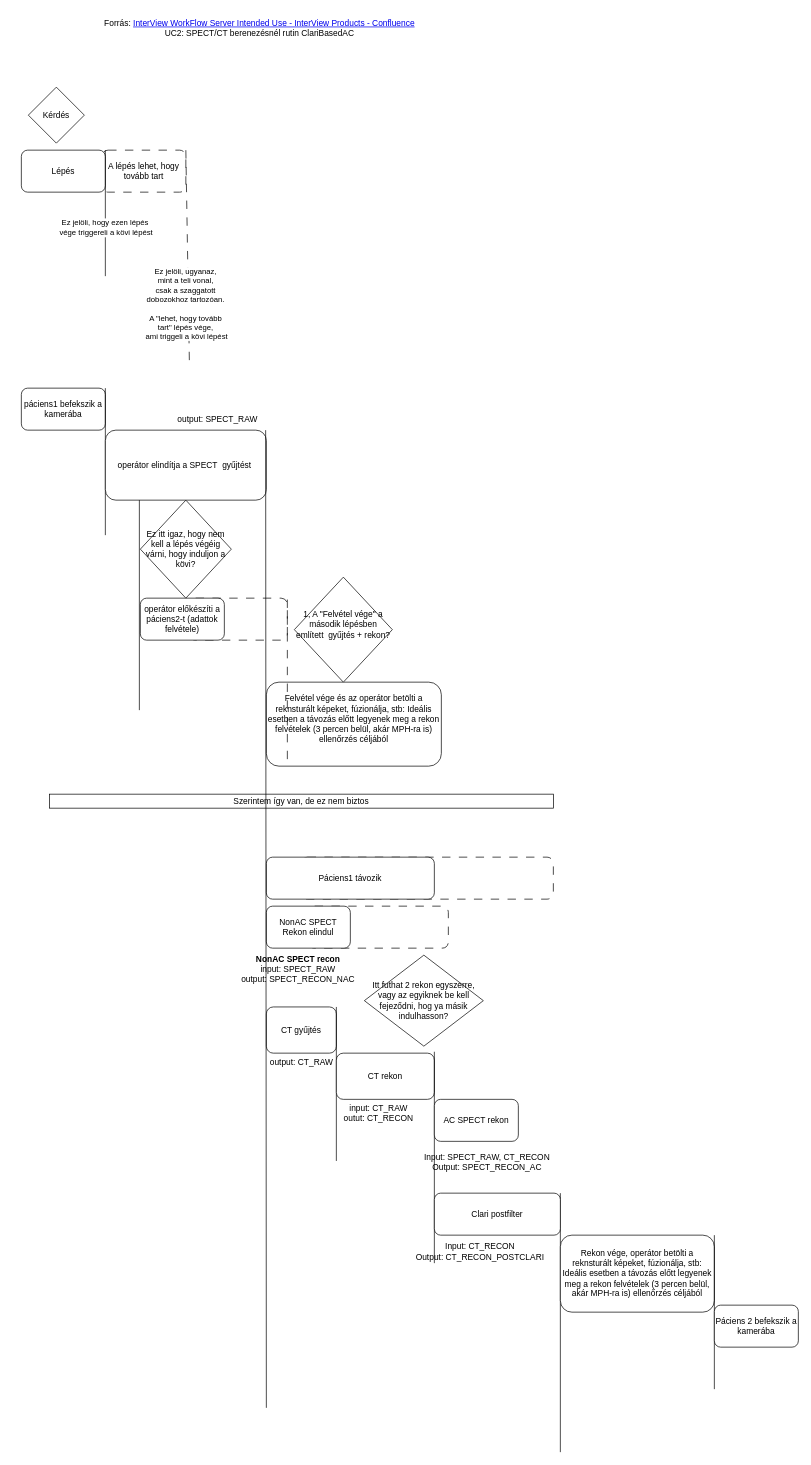
Above: IV_Flow_diagram_UC2_SPECT_CT berenezésnél rutin ClariBasedAC.drawio in szvatai1985/drawio_files (draw.io), before the change. Source tidied: cells renumbered, new cells numbered last; positions are measured from the earlier drawing's top-left corner, leaving out a move shared by most shapes. Both pictures are drawn from the tidied source at 70%, with x=0, y=0 at pixel (21, 12).
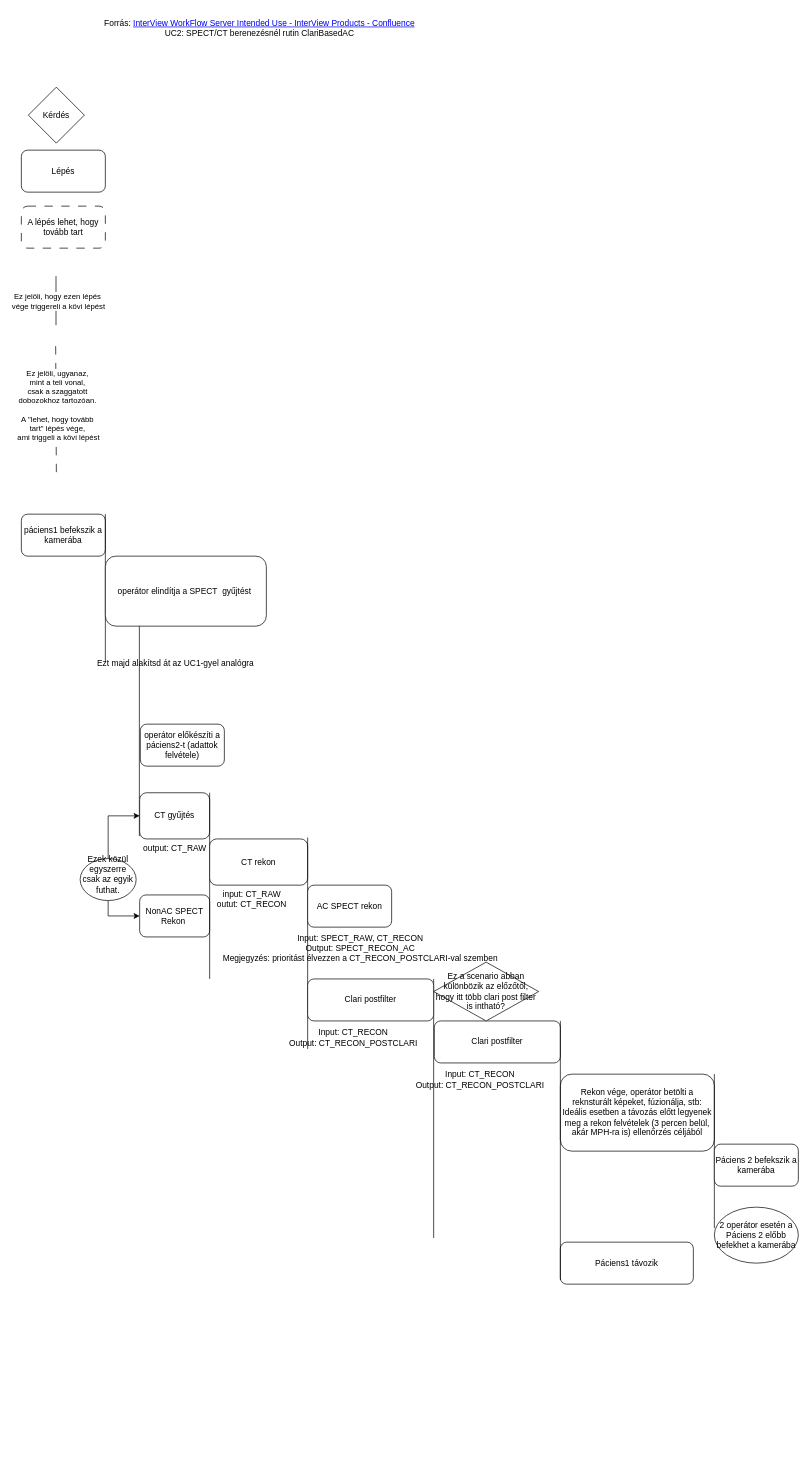
The same diagram, later.

What changed in the source:
```diff
@@
+    <mxCell id="14" value="Kérdés" style="rhombus;whiteSpace=wrap;html=1;" parent="1" vertex="1">
+      <mxGeometry x="10" y="107" width="80" height="80" as="geometry" />
+    </mxCell>
+    <mxCell id="15" value="Lépés" style="rounded=1;whiteSpace=wrap;html=1;" parent="1" vertex="1">
+      <mxGeometry y="197" width="120" height="60" as="geometry" />
+    </mxCell>
+    <mxCell id="13" value="A lépés lehet, hogy tovább tart" style="rounded=1;whiteSpace=wrap;html=1;dashed=1;dashPattern=12 12;" parent="1" vertex="1">
+      <mxGeometry y="277" width="120" height="60" as="geometry" />
+    </mxCell>
+    <mxCell id="43" style="endArrow=none;html=1;rounded=0;" parent="1" edge="1">
+      <mxGeometry relative="1" as="geometry">
+        <mxPoint x="49.5" y="447" as="sourcePoint" />
+        <mxPoint x="49.5" y="377" as="targetPoint" />
+      </mxGeometry>
+    </mxCell>
+    <mxCell id="17" value="Ez jelöli, hogy ezen lépés&amp;nbsp;&lt;div&gt;vége triggereli a kövi lépést&lt;/div&gt;" style="edgeLabel;html=1;align=center;verticalAlign=middle;" parent="43" vertex="1">
+      <mxGeometry y="-3" relative="1" as="geometry" />
+    </mxCell>
+    <mxCell id="44" style="endArrow=none;html=1;rounded=0;dashed=1;dashPattern=12 12;" parent="1" edge="1">
+      <mxGeometry relative="1" as="geometry">
+        <mxPoint x="50" y="657" as="sourcePoint" />
+        <mxPoint x="49" y="467" as="targetPoint" />
+      </mxGeometry>
+    </mxCell>
+    <mxCell id="19" value="Ez jelöli, ugyanaz,&amp;nbsp;&lt;div&gt;mint a teli vonal,&amp;nbsp;&lt;div&gt;csak a szaggatott&amp;nbsp;&lt;/div&gt;&lt;div&gt;dobozokhoz tartozóan.&amp;nbsp;&lt;/div&gt;&lt;div&gt;&lt;br&gt;&lt;/div&gt;&lt;div&gt;A &quot;lehet, hogy tovább&amp;nbsp;&lt;/div&gt;&lt;div&gt;tart&quot; lépés vége,&amp;nbsp;&lt;/div&gt;&lt;div&gt;ami triggeli a kövi lépést&lt;/div&gt;&lt;/div&gt;" style="edgeLabel;html=1;align=center;verticalAlign=middle;" parent="44" vertex="1">
+      <mxGeometry y="-3" relative="1" as="geometry" />
+    </mxCell>
@@
-    <mxCell id="3" style="rounded=1;whiteSpace=wrap;html=1;dashed=1;dashPattern=12 12;" parent="1" vertex="1">
-      <mxGeometry x="240" y="837" width="140" height="60" as="geometry" />
-    </mxCell>
     <mxCell id="4" value="páciens1 befekszik a kamerába" style="rounded=1;whiteSpace=wrap;html=1;" parent="1" vertex="1">
-      <mxGeometry y="537" width="120" height="60" as="geometry" />
+      <mxGeometry y="717" width="120" height="60" as="geometry" />
     </mxCell>
     <mxCell id="5" style="endArrow=none;html=1;rounded=0;entryX=1;entryY=0;entryDx=0;entryDy=0;" parent="1" edge="1" target="4">
       <mxGeometry relative="1" as="geometry">
-        <mxPoint x="120" y="747" as="sourcePoint" />
+        <mxPoint x="120" y="927" as="sourcePoint" />
       </mxGeometry>
     </mxCell>
     <mxCell id="6" value="&lt;div&gt;operátor elindítja a&amp;nbsp;SPECT&amp;nbsp; gyűjtést&amp;nbsp;&lt;/div&gt;" style="rounded=1;whiteSpace=wrap;html=1;" parent="1" vertex="1">
-      <mxGeometry x="120" y="597" width="230" height="100" as="geometry" />
+      <mxGeometry x="120" y="777" width="230" height="100" as="geometry" />
     </mxCell>
     <mxCell id="7" value="&lt;div&gt;operátor előkészíti a páciens2-t (adattok felvétele)&lt;/div&gt;" style="rounded=1;whiteSpace=wrap;html=1;" parent="1" vertex="1">
-      <mxGeometry x="170" y="837" width="120" height="60" as="geometry" />
+      <mxGeometry x="170" y="1017" width="120" height="60" as="geometry" />
     </mxCell>
-    <mxCell id="8" value="Ez itt igaz, hogy nem kell a lépés végéig várni, hogy induljon a kövi?" style="rhombus;whiteSpace=wrap;html=1;" parent="1" vertex="1">
-      <mxGeometry x="170" y="697" width="130" height="140" as="geometry" />
-    </mxCell>
-    <mxCell id="9" value="&lt;div&gt;Felvétel vége és az operátor betölti a reknsturált képeket, fúzionálja, stb: Ideális esetben a távozás előtt legyenek meg a rekon felvételek (3 percen belül, akár MPH-ra is) ellenőrzés céljából&lt;/div&gt;&lt;div&gt;&lt;br&gt;&lt;/div&gt;" style="rounded=1;whiteSpace=wrap;html=1;" parent="1" vertex="1">
-      <mxGeometry x="350" y="957" width="250" height="120" as="geometry" />
-    </mxCell>
-    <mxCell id="10" style="endArrow=none;html=1;rounded=0;entryX=1;entryY=0;entryDx=0;entryDy=0;dashed=1;dashPattern=12 12;" parent="1" edge="1">
-      <mxGeometry relative="1" as="geometry">
-        <mxPoint x="380" y="1067" as="sourcePoint" />
-        <mxPoint x="380" y="837" as="targetPoint" />
-      </mxGeometry>
-    </mxCell>
-    <mxCell id="11" value="1, A &quot;Felvétel vége&quot; a második lépésben említett&amp;nbsp; gyűjtés + rekon?&lt;div&gt;&lt;br&gt;&lt;/div&gt;" style="rhombus;whiteSpace=wrap;html=1;" parent="1" vertex="1">
-      <mxGeometry x="390" y="807" width="140" height="150" as="geometry" />
-    </mxCell>
     <mxCell id="12" style="endArrow=none;html=1;rounded=0;" parent="1" edge="1">
       <mxGeometry relative="1" as="geometry">
-        <mxPoint x="168.6" y="997" as="sourcePoint" />
-        <mxPoint x="168.6" y="697" as="targetPoint" />
+        <mxPoint x="168.6" y="1177" as="sourcePoint" />
+        <mxPoint x="168.6" y="877" as="targetPoint" />
       </mxGeometry>
     </mxCell>
-    <mxCell id="13" value="A lépés lehet, hogy tovább tart" style="rounded=1;whiteSpace=wrap;html=1;dashed=1;dashPattern=12 12;" parent="1" vertex="1">
-      <mxGeometry x="115" y="197" width="120" height="60" as="geometry" />
-    </mxCell>
-    <mxCell id="14" value="Kérdés" style="rhombus;whiteSpace=wrap;html=1;" parent="1" vertex="1">
-      <mxGeometry x="10" y="107" width="80" height="80" as="geometry" />
-    </mxCell>
-    <mxCell id="15" value="Lépés" style="rounded=1;whiteSpace=wrap;html=1;" parent="1" vertex="1">
-      <mxGeometry y="197" width="120" height="60" as="geometry" />
-    </mxCell>
-    <mxCell id="16" style="endArrow=none;html=1;rounded=0;entryX=1;entryY=0;entryDx=0;entryDy=0;" parent="1" edge="1" target="15">
-      <mxGeometry relative="1" as="geometry">
-        <mxPoint x="120" y="377" as="sourcePoint" />
-      </mxGeometry>
-    </mxCell>
-    <mxCell id="17" value="Ez jelöli, hogy ezen lépés&amp;nbsp;&lt;div&gt;vége triggereli a kövi lépést&lt;/div&gt;" style="edgeLabel;html=1;align=center;verticalAlign=middle;" parent="16" vertex="1">
-      <mxGeometry y="-3" relative="1" as="geometry">
-        <mxPoint x="-3" y="20" as="offset" />
-      </mxGeometry>
-    </mxCell>
-    <mxCell id="18" style="endArrow=none;html=1;rounded=0;dashed=1;dashPattern=12 12;" parent="1" edge="1">
-      <mxGeometry relative="1" as="geometry">
-        <mxPoint x="240" y="497" as="sourcePoint" />
-        <mxPoint x="235" y="197" as="targetPoint" />
-      </mxGeometry>
-    </mxCell>
-    <mxCell id="19" value="Ez jelöli, ugyanaz,&amp;nbsp;&lt;div&gt;mint a teli vonal,&amp;nbsp;&lt;div&gt;csak a szaggatott&amp;nbsp;&lt;/div&gt;&lt;div&gt;dobozokhoz tartozóan.&amp;nbsp;&lt;/div&gt;&lt;div&gt;&lt;br&gt;&lt;/div&gt;&lt;div&gt;A &quot;lehet, hogy tovább&amp;nbsp;&lt;/div&gt;&lt;div&gt;tart&quot; lépés vége,&amp;nbsp;&lt;/div&gt;&lt;div&gt;ami triggeli a kövi lépést&lt;/div&gt;&lt;/div&gt;" style="edgeLabel;html=1;align=center;verticalAlign=middle;" parent="18" vertex="1">
-      <mxGeometry y="-3" relative="1" as="geometry">
-        <mxPoint x="-5" y="70" as="offset" />
-      </mxGeometry>
-    </mxCell>
-    <mxCell id="20" style="rounded=1;whiteSpace=wrap;html=1;dashed=1;dashPattern=12 12;" parent="1" vertex="1">
-      <mxGeometry x="410" y="1277" width="200" height="60" as="geometry" />
-    </mxCell>
-    <mxCell id="21" style="rounded=1;whiteSpace=wrap;html=1;dashed=1;dashPattern=12 12;" parent="1" vertex="1">
-      <mxGeometry x="400" y="1207" width="360" height="60" as="geometry" />
-    </mxCell>
-    <mxCell id="22" value="Szerintem így van, de ez nem biztos" style="rounded=0;whiteSpace=wrap;html=1;" parent="1" vertex="1">
-      <mxGeometry x="40" y="1117" width="720" height="20" as="geometry" />
-    </mxCell>
     <mxCell id="23" value="Páciens1 távozik" style="rounded=1;whiteSpace=wrap;html=1;" parent="1" vertex="1">
-      <mxGeometry x="350" y="1207" width="240" height="60" as="geometry" />
+      <mxGeometry x="770" y="1757" width="190" height="60" as="geometry" />
     </mxCell>
-    <mxCell id="24" value="NonAC SPECT Rekon elindul" style="rounded=1;whiteSpace=wrap;html=1;" parent="1" vertex="1">
-      <mxGeometry x="350" y="1277" width="120" height="60" as="geometry" />
-    </mxCell>
-    <mxCell id="25" style="endArrow=none;html=1;rounded=0;entryX=1;entryY=0;entryDx=0;entryDy=0;" parent="1" edge="1">
-      <mxGeometry relative="1" as="geometry">
-        <mxPoint x="770" y="2057" as="sourcePoint" />
-        <mxPoint x="770" y="1687" as="targetPoint" />
-      </mxGeometry>
-    </mxCell>
+    <mxCell id="45" value="NonAC SPECT Rekon&amp;nbsp;" style="rounded=1;whiteSpace=wrap;html=1;" parent="1" vertex="1">
+      <mxGeometry x="169" y="1261" width="100" height="60" as="geometry" />
+    </mxCell>
+    <mxCell id="46" style="endArrow=none;html=1;rounded=0;entryX=1;entryY=0;entryDx=0;entryDy=0;" parent="1" edge="1">
+      <mxGeometry relative="1" as="geometry">
+        <mxPoint x="589" y="1751" as="sourcePoint" />
+        <mxPoint x="589" y="1381" as="targetPoint" />
+      </mxGeometry>
+    </mxCell>
     <mxCell id="26" value="Rekon vége, operátor betölti a reknsturált képeket, fúzionálja, stb: Ideális esetben a távozás előtt legyenek meg a rekon felvételek (3 percen belül, akár MPH-ra is) ellenőrzés céljából" style="rounded=1;whiteSpace=wrap;html=1;" parent="1" vertex="1">
-      <mxGeometry x="770" y="1747" width="220" height="110" as="geometry" />
+      <mxGeometry x="770" y="1517" width="220" height="110" as="geometry" />
     </mxCell>
-    <mxCell id="27" style="endArrow=none;html=1;rounded=0;entryX=1;entryY=0;entryDx=0;entryDy=0;" parent="1" edge="1">
-      <mxGeometry relative="1" as="geometry">
-        <mxPoint x="990" y="1967" as="sourcePoint" />
-        <mxPoint x="990" y="1747" as="targetPoint" />
-      </mxGeometry>
-    </mxCell>
+    <mxCell id="47" style="endArrow=none;html=1;rounded=0;entryX=1;entryY=0;entryDx=0;entryDy=0;" parent="1" edge="1">
+      <mxGeometry relative="1" as="geometry">
+        <mxPoint x="990" y="1737" as="sourcePoint" />
+        <mxPoint x="990" y="1517" as="targetPoint" />
+      </mxGeometry>
+    </mxCell>
     <mxCell id="28" value="&lt;div&gt;Páciens 2 befekszik a kamerába&lt;/div&gt;" style="rounded=1;whiteSpace=wrap;html=1;" parent="1" vertex="1">
-      <mxGeometry x="990" y="1847" width="120" height="60" as="geometry" />
+      <mxGeometry x="990" y="1617" width="120" height="60" as="geometry" />
     </mxCell>
-    <mxCell id="29" value="output: SPECT_RAW" style="text;html=1;align=center;verticalAlign=middle;strokeColor=none;fillColor=none;" parent="1" vertex="1">
-      <mxGeometry x="210" y="567" width="140" height="30" as="geometry" />
-    </mxCell>
-    <mxCell id="30" value="&lt;b&gt;NonAC SPECT recon&lt;/b&gt;&lt;div&gt;&lt;div&gt;input: SPECT_RAW&lt;/div&gt;&lt;div&gt;output: SPECT_RECON_NAC&lt;/div&gt;&lt;/div&gt;" style="text;html=1;align=center;verticalAlign=middle;strokeColor=none;fillColor=none;" parent="1" vertex="1">
-      <mxGeometry x="300" y="1337" width="190" height="60" as="geometry" />
-    </mxCell>
     <mxCell id="31" value="CT gyűjtés" style="rounded=1;whiteSpace=wrap;html=1;" parent="1" vertex="1">
-      <mxGeometry x="350" y="1421" width="100" height="66" as="geometry" />
+      <mxGeometry x="169" y="1115" width="100" height="66" as="geometry" />
     </mxCell>
     <mxCell id="32" value="&lt;div&gt;output: CT_RAW&lt;/div&gt;" style="text;html=1;align=center;verticalAlign=middle;strokeColor=none;fillColor=none;" parent="1" vertex="1">
-      <mxGeometry x="345" y="1485" width="110" height="30" as="geometry" />
+      <mxGeometry x="164" y="1179" width="110" height="30" as="geometry" />
     </mxCell>
-    <mxCell id="33" style="endArrow=none;html=1;rounded=0;entryX=1;entryY=0;entryDx=0;entryDy=0;" parent="1" edge="1">
-      <mxGeometry relative="1" as="geometry">
-        <mxPoint x="450" y="1641" as="sourcePoint" />
-        <mxPoint x="450" y="1421" as="targetPoint" />
-      </mxGeometry>
-    </mxCell>
+    <mxCell id="48" style="endArrow=none;html=1;rounded=0;entryX=1;entryY=0;entryDx=0;entryDy=0;" parent="1" edge="1">
+      <mxGeometry relative="1" as="geometry">
+        <mxPoint x="269" y="1381" as="sourcePoint" />
+        <mxPoint x="269" y="1115" as="targetPoint" />
+      </mxGeometry>
+    </mxCell>
     <mxCell id="34" value="CT rekon" style="rounded=1;whiteSpace=wrap;html=1;" parent="1" vertex="1">
-      <mxGeometry x="450" y="1487" width="140" height="66" as="geometry" />
+      <mxGeometry x="269" y="1181" width="140" height="66" as="geometry" />
     </mxCell>
     <mxCell id="35" value="&lt;div&gt;input: CT_RAW&lt;/div&gt;&lt;div&gt;outut: CT_RECON&lt;/div&gt;" style="text;html=1;align=center;verticalAlign=middle;strokeColor=none;fillColor=none;" parent="1" vertex="1">
-      <mxGeometry x="450" y="1553" width="120" height="40" as="geometry" />
+      <mxGeometry x="269" y="1247" width="120" height="40" as="geometry" />
     </mxCell>
-    <mxCell id="36" style="endArrow=none;html=1;rounded=0;entryX=1;entryY=0;entryDx=0;entryDy=0;" parent="1" edge="1">
-      <mxGeometry relative="1" as="geometry">
-        <mxPoint x="590" y="1787" as="sourcePoint" />
-        <mxPoint x="590" y="1485" as="targetPoint" />
-      </mxGeometry>
-    </mxCell>
-    <mxCell id="37" value="&lt;div&gt;Clari postfilter&lt;/div&gt;" style="rounded=1;whiteSpace=wrap;html=1;" parent="1" vertex="1">
-      <mxGeometry x="590" y="1687" width="180" height="60" as="geometry" />
-    </mxCell>
-    <mxCell id="38" value="&lt;div&gt;Input: CT_RECON&lt;/div&gt;&lt;div&gt;Output: CT_RECON_POSTCLARI&lt;/div&gt;" style="text;html=1;align=center;verticalAlign=middle;strokeColor=none;fillColor=none;" parent="1" vertex="1">
-      <mxGeometry x="550" y="1751" width="210" height="40" as="geometry" />
-    </mxCell>
+    <mxCell id="49" style="endArrow=none;html=1;rounded=0;entryX=1;entryY=0;entryDx=0;entryDy=0;" parent="1" edge="1">
+      <mxGeometry relative="1" as="geometry">
+        <mxPoint x="409" y="1481" as="sourcePoint" />
+        <mxPoint x="409" y="1179" as="targetPoint" />
+      </mxGeometry>
+    </mxCell>
+    <mxCell id="50" value="&lt;div&gt;Clari postfilter&lt;/div&gt;" style="rounded=1;whiteSpace=wrap;html=1;" parent="1" vertex="1">
+      <mxGeometry x="409" y="1381" width="180" height="60" as="geometry" />
+    </mxCell>
+    <mxCell id="51" value="&lt;div&gt;Input: CT_RECON&lt;/div&gt;&lt;div&gt;Output: CT_RECON_POSTCLARI&lt;/div&gt;" style="text;html=1;align=center;verticalAlign=middle;strokeColor=none;fillColor=none;" parent="1" vertex="1">
+      <mxGeometry x="369" y="1445" width="210" height="40" as="geometry" />
+    </mxCell>
     <mxCell id="39" value="AC SPECT rekon" style="rounded=1;whiteSpace=wrap;html=1;" parent="1" vertex="1">
-      <mxGeometry x="590" y="1553" width="120" height="60" as="geometry" />
+      <mxGeometry x="409" y="1247" width="120" height="60" as="geometry" />
     </mxCell>
-    <mxCell id="40" value="&lt;div&gt;Input: SPECT_RAW, CT_RECON&lt;/div&gt;&lt;div&gt;Output: SPECT_RECON_AC&lt;/div&gt;" style="text;html=1;align=center;verticalAlign=middle;strokeColor=none;fillColor=none;" parent="1" vertex="1">
-      <mxGeometry x="565" y="1623" width="200" height="40" as="geometry" />
-    </mxCell>
-    <mxCell id="41" value="Itt futhat 2 rekon egyszerre, vagy az egyiknek be kell fejeződni, hog ya másik indulhasson?" style="rhombus;whiteSpace=wrap;html=1;" parent="1" vertex="1">
-      <mxGeometry x="490" y="1347" width="170" height="130" as="geometry" />
-    </mxCell>
-    <mxCell id="42" style="endArrow=none;html=1;rounded=0;entryX=1;entryY=0;entryDx=0;entryDy=0;" parent="1" edge="1">
-      <mxGeometry relative="1" as="geometry">
-        <mxPoint x="350" y="1993.7" as="sourcePoint" />
-        <mxPoint x="349" y="597" as="targetPoint" />
-      </mxGeometry>
-    </mxCell>
+    <mxCell id="52" value="&lt;div&gt;Input: SPECT_RAW, CT_RECON&lt;/div&gt;&lt;div&gt;Output: SPECT_RECON_AC&lt;/div&gt;&lt;div&gt;Megjegyzés: prioritást élvezzen a CT_RECON_POSTCLARI-val szemben&lt;/div&gt;" style="text;html=1;align=center;verticalAlign=middle;strokeColor=none;fillColor=none;" parent="1" vertex="1">
+      <mxGeometry x="274" y="1307" width="420" height="60" as="geometry" />
+    </mxCell>
+    <mxCell id="53" value="2 operátor esetén a Páciens 2 előbb befekhet a kamerába" style="ellipse;whiteSpace=wrap;html=1;" parent="1" vertex="1">
+      <mxGeometry x="990" y="1707" width="120" height="80" as="geometry" />
+    </mxCell>
+    <mxCell id="54" value="&lt;div&gt;Clari postfilter&lt;/div&gt;" style="rounded=1;whiteSpace=wrap;html=1;" parent="1" vertex="1">
+      <mxGeometry x="590" y="1441" width="180" height="60" as="geometry" />
+    </mxCell>
+    <mxCell id="55" value="&lt;div&gt;Input: CT_RECON&lt;/div&gt;&lt;div&gt;Output: CT_RECON_POSTCLARI&lt;/div&gt;" style="text;html=1;align=center;verticalAlign=middle;strokeColor=none;fillColor=none;" parent="1" vertex="1">
+      <mxGeometry x="550" y="1505" width="210" height="40" as="geometry" />
+    </mxCell>
+    <mxCell id="56" value="Ez a scenario abban különbözik az előzőtől, hogy itt több clari post filter is intható?" style="rhombus;whiteSpace=wrap;html=1;" parent="1" vertex="1">
+      <mxGeometry x="589" y="1357" width="150" height="84" as="geometry" />
+    </mxCell>
+    <mxCell id="57" style="endArrow=none;html=1;rounded=0;entryX=1;entryY=0;entryDx=0;entryDy=0;" parent="1" edge="1">
+      <mxGeometry relative="1" as="geometry">
+        <mxPoint x="770" y="1811" as="sourcePoint" />
+        <mxPoint x="770" y="1441" as="targetPoint" />
+      </mxGeometry>
+    </mxCell>
+    <mxCell id="58" style="edgeStyle=orthogonalEdgeStyle;rounded=0;jettySize=auto;html=1;exitX=0.5;exitY=0;exitDx=0;exitDy=0;entryX=0;entryY=0.5;entryDx=0;entryDy=0;" parent="1" edge="1" source="60" target="31">
+      <mxGeometry relative="1" as="geometry" />
+    </mxCell>
+    <mxCell id="59" style="edgeStyle=orthogonalEdgeStyle;rounded=0;jettySize=auto;html=1;exitX=0.5;exitY=1;exitDx=0;exitDy=0;entryX=0;entryY=0.5;entryDx=0;entryDy=0;" parent="1" edge="1" source="60" target="45">
+      <mxGeometry relative="1" as="geometry" />
+    </mxCell>
+    <mxCell id="60" value="Ezek közül egyszerre csak az egyik futhat.&lt;div&gt;&lt;br&gt;&lt;/div&gt;" style="ellipse;whiteSpace=wrap;html=1;" parent="1" vertex="1">
+      <mxGeometry x="84" y="1209" width="80" height="60" as="geometry" />
+    </mxCell>
+    <mxCell id="61" value="Ezt majd alakítsd át az UC1-gyel analógra" style="text;html=1;align=center;verticalAlign=middle;strokeColor=none;fillColor=none;" parent="1" vertex="1">
+      <mxGeometry x="95" y="915" width="250" height="30" as="geometry" />
+    </mxCell>
```
